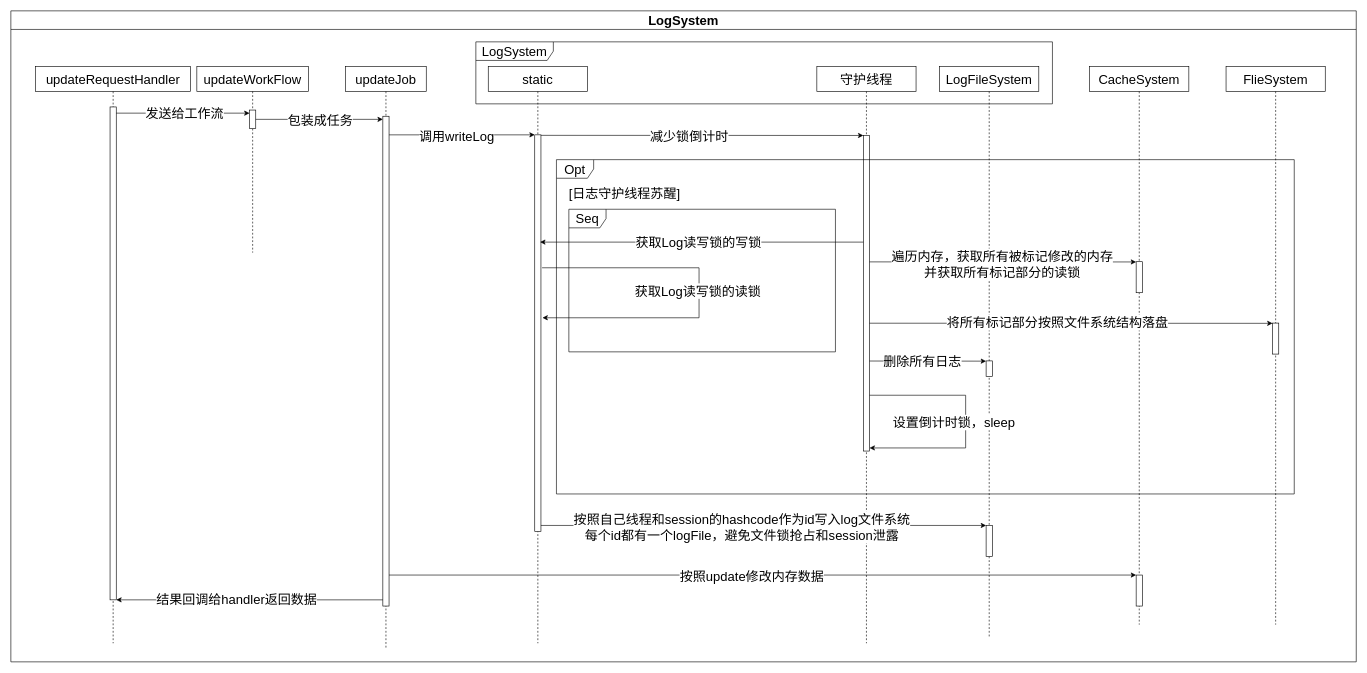
This is page "日志系统设计思路" (9 of 9) of doc/地理数据库架构图.drawio from MuLeiSY2021/RisegerDB, a draw.io file, before an edit. Source tidied: cells renumbered, new cells numbered last; positions are measured from the earlier drawing's top-left corner, leaving out a move shared by most shapes. Both pictures are drawn from the tidied source at 62%, with x=0, y=0 at pixel (11, 11).
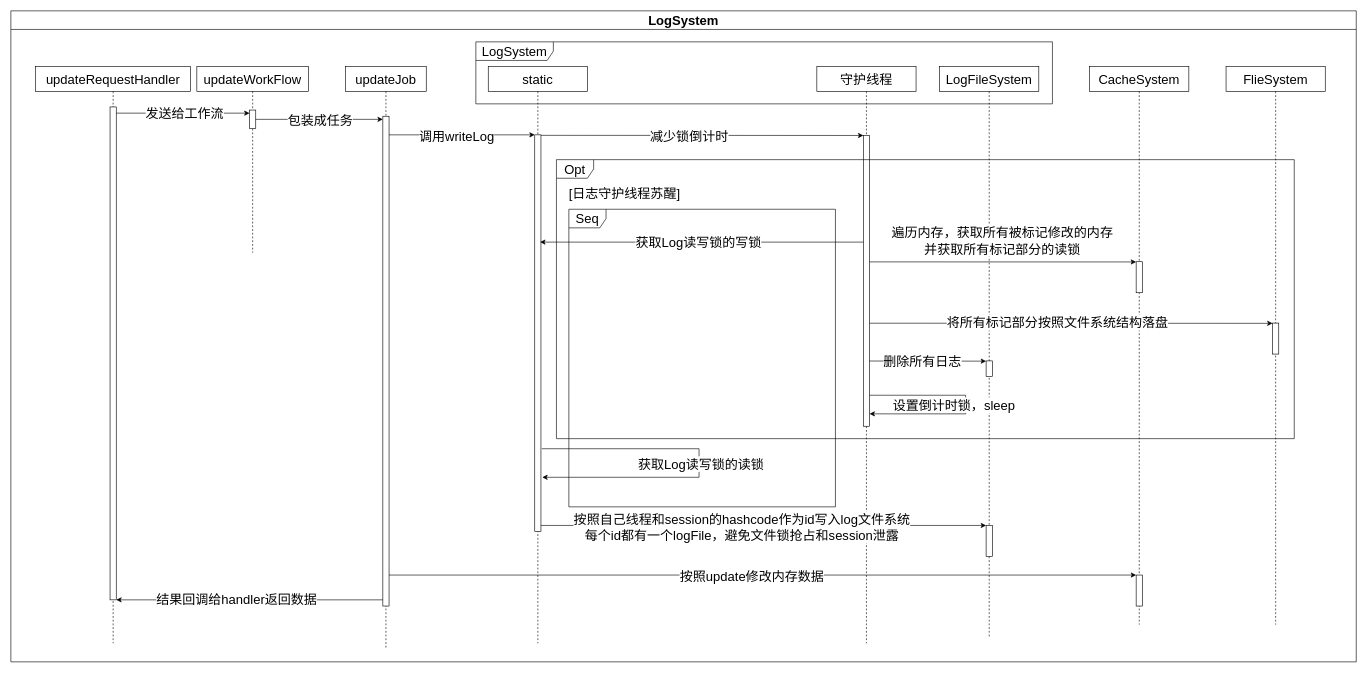
Above is the later version.

Unchanged cells that the change refers to:
```xml
<mxCell id="16" value="守护线程" style="shape=umlLifeline;perimeter=lifelinePerimeter;whiteSpace=wrap;html=1;newEdgeStyle={&quot;curved&quot;:0,&quot;rounded&quot;:0};rounded=0;strokeColor=default;align=center;verticalAlign=middle;fontFamily=Helvetica;fontSize=21;fontColor=default;startSize=30;fillColor=default;" parent="2" vertex="1">
  <mxGeometry x="1300" y="90" width="160" height="930" as="geometry" />
</mxCell>
<mxCell id="25" style="group;" parent="2" vertex="1">
  <mxGeometry x="700" y="90" width="1410" height="930" as="geometry" />
</mxCell>
<mxCell id="27" style="html=1;whiteSpace=wrap;rounded=0;strokeColor=default;align=center;verticalAlign=middle;fontFamily=Helvetica;fontSize=21;fontColor=default;startSize=30;fillColor=default;" parent="25" vertex="1">
  <mxGeometry x="145" y="110" width="10" height="640" as="geometry" />
</mxCell>
<mxCell id="36" style="edgeStyle=elbowEdgeStyle;shape=connector;rounded=0;orthogonalLoop=1;jettySize=auto;elbow=vertical;html=1;curved=0;labelBackgroundColor=default;strokeColor=default;align=center;verticalAlign=middle;fontFamily=Helvetica;fontSize=21;fontColor=default;endArrow=classic;startSize=30;" parent="25" edge="1">
  <mxGeometry relative="1" as="geometry">
    <mxPoint x="685" y="314.9" as="sourcePoint" />
    <mxPoint x="1115" y="314.6" as="targetPoint" />
  </mxGeometry>
</mxCell>
```

What changed in the source:
```diff
@@
     <mxCell id="17" style="html=1;points=[[0,0,0,0,5],[0,1,0,0,-5],[1,0,0,0,5],[1,1,0,0,-5]];perimeter=orthogonalPerimeter;outlineConnect=0;targetShapes=umlLifeline;portConstraint=eastwest;newEdgeStyle={&quot;curved&quot;:0,&quot;rounded&quot;:0};rounded=0;strokeColor=default;align=center;verticalAlign=middle;fontFamily=Helvetica;fontSize=21;fontColor=default;startSize=30;fillColor=default;" parent="16" vertex="1">
-      <mxGeometry x="75" y="110.8" width="10" height="509.2" as="geometry" />
+      <mxGeometry x="75" y="110.8" width="10" height="469.2" as="geometry" />
     </mxCell>
-    <mxCell id="18" style="edgeStyle=orthogonalEdgeStyle;rounded=0;orthogonalLoop=1;jettySize=auto;html=1;curved=0;entryX=1;entryY=1;entryDx=0;entryDy=-5;entryPerimeter=0;" parent="16" edge="1" source="17" target="17">
-      <mxGeometry relative="1" as="geometry">
-        <Array as="points">
-          <mxPoint x="240" y="530" />
-          <mxPoint x="240" y="615" />
-        </Array>
-      </mxGeometry>
-    </mxCell>
-    <mxCell id="19" value="设置倒计时锁，sleep" style="edgeLabel;html=1;align=center;verticalAlign=middle;fontSize=21;fontFamily=Helvetica;fontColor=default;" parent="18" vertex="1">
-      <mxGeometry y="2" relative="1" as="geometry">
-        <mxPoint x="-22" as="offset" />
-      </mxGeometry>
-    </mxCell>
@@
     <mxCell id="28" value="Opt" style="shape=umlFrame;whiteSpace=wrap;html=1;rounded=0;strokeColor=default;align=center;verticalAlign=middle;fontFamily=Helvetica;fontSize=21;fontColor=default;startSize=30;fillColor=default;" parent="25" vertex="1">
-      <mxGeometry x="180" y="150" width="1190" height="539.2" as="geometry" />
+      <mxGeometry x="180" y="150" width="1190" height="450" as="geometry" />
     </mxCell>
@@
     <mxCell id="30" value="Seq" style="shape=umlFrame;whiteSpace=wrap;html=1;rounded=0;strokeColor=default;align=center;verticalAlign=middle;fontFamily=Helvetica;fontSize=21;fontColor=default;startSize=30;fillColor=default;" parent="25" vertex="1">
-      <mxGeometry x="200" y="230" width="430" height="230" as="geometry" />
+      <mxGeometry x="200" y="230" width="430" height="480" as="geometry" />
     </mxCell>
-    <mxCell id="31" style="edgeStyle=elbowEdgeStyle;shape=connector;rounded=0;orthogonalLoop=1;jettySize=auto;elbow=vertical;html=1;curved=0;labelBackgroundColor=default;strokeColor=default;align=center;verticalAlign=middle;fontFamily=Helvetica;fontSize=21;fontColor=default;endArrow=classic;startSize=30;entryX=1.242;entryY=0.461;entryDx=0;entryDy=0;entryPerimeter=0;exitX=1.184;exitY=0.335;exitDx=0;exitDy=0;exitPerimeter=0;" parent="25" edge="1" source="27" target="27">
+    <mxCell id="31" style="edgeStyle=elbowEdgeStyle;shape=connector;rounded=0;orthogonalLoop=1;jettySize=auto;elbow=vertical;html=1;curved=0;labelBackgroundColor=default;strokeColor=default;align=center;verticalAlign=middle;fontFamily=Helvetica;fontSize=21;fontColor=default;endArrow=classic;startSize=30;entryX=1.214;entryY=0.863;entryDx=0;entryDy=0;entryPerimeter=0;exitX=1.135;exitY=0.791;exitDx=0;exitDy=0;exitPerimeter=0;" parent="25" edge="1" source="27" target="27">
       <mxGeometry relative="1" as="geometry">
         <Array as="points">
           <mxPoint x="410" y="350.8" />
         </Array>
       </mxGeometry>
     </mxCell>
     <mxCell id="32" value="获取Log读写锁的读锁" style="edgeLabel;html=1;align=center;verticalAlign=middle;fontSize=21;fontFamily=Helvetica;fontColor=default;" parent="31" vertex="1">
       <mxGeometry x="-0.64" y="-1" relative="1" as="geometry">
-        <mxPoint x="145" y="36" as="offset" />
+        <mxPoint x="157" y="23" as="offset" />
       </mxGeometry>
     </mxCell>
@@
     <mxCell id="37" value="遍历内存，获取所有被标记修改的内存&lt;br&gt;并获取所有标记部分的读锁" style="edgeLabel;html=1;align=center;verticalAlign=middle;fontSize=21;fontFamily=Helvetica;fontColor=default;" parent="36" vertex="1">
       <mxGeometry x="-0.36" y="-3" relative="1" as="geometry">
-        <mxPoint x="76" as="offset" />
+        <mxPoint x="76" y="-38" as="offset" />
       </mxGeometry>
     </mxCell>
@@
+    <mxCell id="18" style="edgeStyle=orthogonalEdgeStyle;rounded=0;jettySize=auto;html=1;curved=0;" parent="25" edge="1" source="17">
+      <mxGeometry relative="1" as="geometry">
+        <mxPoint x="685" y="560" as="targetPoint" />
+        <Array as="points">
+          <mxPoint x="840" y="530" />
+          <mxPoint x="840" y="560" />
+          <mxPoint x="685" y="560" />
+        </Array>
+      </mxGeometry>
+    </mxCell>
+    <mxCell id="19" value="设置倒计时锁，sleep" style="edgeLabel;html=1;align=center;verticalAlign=middle;fontSize=21;fontFamily=Helvetica;fontColor=default;" parent="18" vertex="1">
+      <mxGeometry y="2" relative="1" as="geometry">
+        <mxPoint x="-22" as="offset" />
+      </mxGeometry>
+    </mxCell>
```
